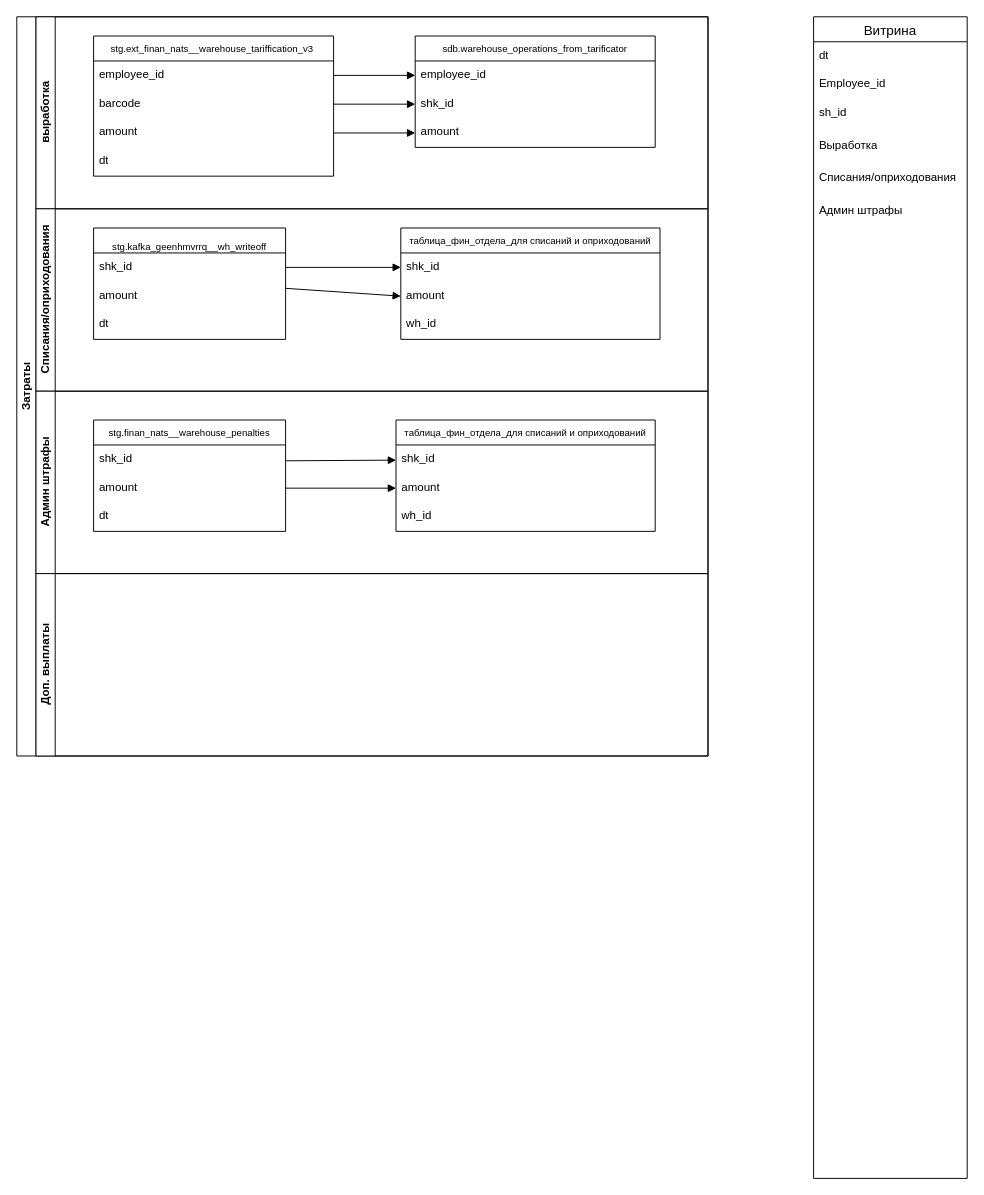
This is Потоки данных для витрины баланса.drawio from AntonKoltsov85/Schemes, a draw.io file, before an edit. Source tidied: cells renumbered, new cells numbered last; positions are measured from the earlier drawing's top-left corner, leaving out a move shared by most shapes. Both pictures are drawn from the tidied source at 96%, with x=0, y=0 at pixel (16, 16).
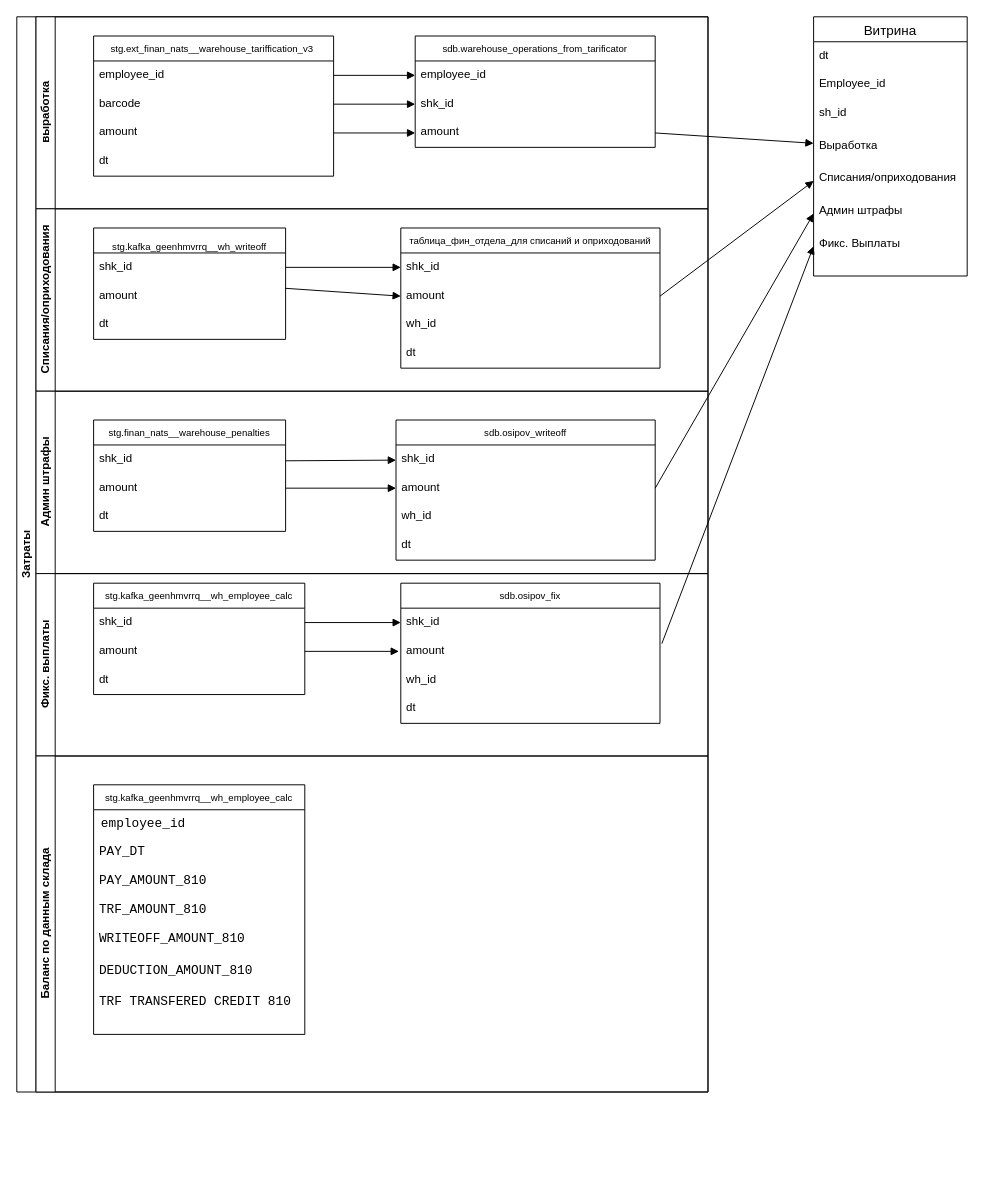
The same page after the edit.

The change refers to these unchanged cells:
```xml
<mxCell id="12" value="amount" style="text;strokeColor=none;fillColor=none;spacingLeft=4;spacingRight=4;overflow=hidden;points=[[0,0.5],[1,0.5]];portConstraint=eastwest;fontSize=12;whiteSpace=wrap;html=1;" parent="9" vertex="1">
  <mxGeometry y="86" width="250" height="30" as="geometry" />
</mxCell>
<mxCell id="16" value="Списания/оприходования" style="swimlane;html=1;startSize=20;horizontal=0;" parent="2" vertex="1">
  <mxGeometry x="20" y="200" width="700" height="190" as="geometry" />
</mxCell>
<mxCell id="23" value="amount" style="text;strokeColor=none;fillColor=none;spacingLeft=4;spacingRight=4;overflow=hidden;points=[[0,0.5],[1,0.5]];portConstraint=eastwest;fontSize=12;whiteSpace=wrap;html=1;" parent="21" vertex="1">
  <mxGeometry y="56" width="270" height="30" as="geometry" />
</mxCell>
<mxCell id="27" value="Админ штрафы" style="swimlane;html=1;startSize=20;horizontal=0;" parent="2" vertex="1">
  <mxGeometry x="20" y="390" width="700" height="190" as="geometry" />
</mxCell>
<mxCell id="34" value="amount" style="text;strokeColor=none;fillColor=none;spacingLeft=4;spacingRight=4;overflow=hidden;points=[[0,0.5],[1,0.5]];portConstraint=eastwest;fontSize=12;whiteSpace=wrap;html=1;" parent="32" vertex="1">
  <mxGeometry y="56" width="270" height="30" as="geometry" />
</mxCell>
<mxCell id="43" value="Выработка" style="text;strokeColor=none;fillColor=none;spacingLeft=4;spacingRight=4;overflow=hidden;points=[[0,0.5],[1,0.5]];portConstraint=eastwest;fontSize=12;whiteSpace=wrap;html=1;" parent="39" vertex="1">
  <mxGeometry y="120" width="160" height="34" as="geometry" />
</mxCell>
<mxCell id="44" value="Списания/оприходования" style="text;strokeColor=none;fillColor=none;spacingLeft=4;spacingRight=4;overflow=hidden;points=[[0,0.5],[1,0.5]];portConstraint=eastwest;fontSize=12;whiteSpace=wrap;html=1;" parent="39" vertex="1">
  <mxGeometry y="154" width="160" height="34" as="geometry" />
</mxCell>
<mxCell id="45" value="Админ штрафы" style="text;strokeColor=none;fillColor=none;spacingLeft=4;spacingRight=4;overflow=hidden;points=[[0,0.5],[1,0.5]];portConstraint=eastwest;fontSize=12;whiteSpace=wrap;html=1;" parent="39" vertex="1">
  <mxGeometry y="188" width="160" height="34" as="geometry" />
</mxCell>
```

Change to the diagram source:
```diff
@@
     <mxCell id="2" value="Затраты" style="swimlane;html=1;horizontal=0;startSize=20;whiteSpace=wrap;" parent="1" vertex="1">
-      <mxGeometry width="720" height="770" as="geometry" />
+      <mxGeometry width="720" height="1120" as="geometry" />
     </mxCell>
@@
     <mxCell id="21" value="таблица_фин_отдела_для списаний и оприходований" style="swimlane;fontStyle=0;horizontal=1;startSize=26;align=center;fontSize=10;" parent="16" vertex="1">
-      <mxGeometry x="380" y="20" width="270" height="116" as="geometry" />
+      <mxGeometry x="380" y="20" width="270" height="146" as="geometry" />
     </mxCell>
@@
+    <mxCell id="48" value="dt" style="text;strokeColor=none;fillColor=none;spacingLeft=4;spacingRight=4;overflow=hidden;fontSize=12;whiteSpace=wrap;html=1;" parent="21" vertex="1">
+      <mxGeometry y="116" width="270" height="30" as="geometry" />
+    </mxCell>
@@
-    <mxCell id="32" value="таблица_фин_отдела_для списаний и оприходований" style="swimlane;fontStyle=0;horizontal=1;startSize=26;align=center;fontSize=10;" parent="27" vertex="1">
-      <mxGeometry x="375" y="30" width="270" height="116" as="geometry" />
+    <mxCell id="32" value="sdb.osipov_writeoff" style="swimlane;fontStyle=0;horizontal=1;startSize=26;align=center;fontSize=10;" parent="27" vertex="1">
+      <mxGeometry x="375" y="30" width="270" height="146" as="geometry" />
     </mxCell>
@@
+    <mxCell id="49" value="dt" style="text;strokeColor=none;fillColor=none;spacingLeft=4;spacingRight=4;overflow=hidden;fontSize=12;whiteSpace=wrap;html=1;" parent="32" vertex="1">
+      <mxGeometry y="116" width="270" height="30" as="geometry" />
+    </mxCell>
@@
-    <mxCell id="38" value="Доп. выплаты" style="swimlane;html=1;startSize=20;horizontal=0;" parent="2" vertex="1">
+    <mxCell id="38" value="Фикс. выплаты" style="swimlane;html=1;startSize=20;horizontal=0;" parent="2" vertex="1">
       <mxGeometry x="20" y="580" width="700" height="190" as="geometry" />
     </mxCell>
+    <mxCell id="50" value="Баланс по данным склада" style="swimlane;html=1;startSize=20;horizontal=0;" parent="2" vertex="1">
+      <mxGeometry x="20" y="770" width="700" height="350" as="geometry" />
+    </mxCell>
     <mxCell id="39" value="Витрина" style="swimlane;fontStyle=0;horizontal=1;startSize=26;align=center;fontSize=14;" parent="1" vertex="1">
-      <mxGeometry x="830" width="160" height="1210" as="geometry" />
+      <mxGeometry x="830" width="160" height="270" as="geometry" />
     </mxCell>
@@
-    <mxCell id="46" style="text;strokeColor=none;fillColor=none;spacingLeft=4;spacingRight=4;overflow=hidden;fontSize=12;whiteSpace=wrap;html=1;" parent="39" vertex="1">
-      <mxGeometry y="222" width="160" height="494" as="geometry" />
-    </mxCell>
-    <mxCell id="47" style="text;strokeColor=none;fillColor=none;spacingLeft=4;spacingRight=4;overflow=hidden;fontSize=12;whiteSpace=wrap;html=1;" parent="39" vertex="1">
-      <mxGeometry y="716" width="160" height="494" as="geometry" />
-    </mxCell>
+    <mxCell id="51" value="Фикс. Выплаты" style="text;strokeColor=none;fillColor=none;spacingLeft=4;spacingRight=4;overflow=hidden;points=[[0,0.5],[1,0.5]];portConstraint=eastwest;fontSize=12;whiteSpace=wrap;html=1;" parent="39" vertex="1">
+      <mxGeometry y="222" width="160" height="34" as="geometry" />
+    </mxCell>
+    <mxCell id="52" style="text;strokeColor=none;fillColor=none;spacingLeft=4;spacingRight=4;overflow=hidden;fontSize=12;whiteSpace=wrap;html=1;" parent="39" vertex="1">
+      <mxGeometry y="256" width="160" height="14" as="geometry" />
+    </mxCell>
+    <mxCell id="53" value="stg.kafka_geenhmvrrq__wh_employee_calc" style="swimlane;fontStyle=0;horizontal=1;startSize=26;align=center;fontSize=10;" parent="1" vertex="1">
+      <mxGeometry x="80" y="590" width="220" height="116" as="geometry" />
+    </mxCell>
+    <mxCell id="54" value="shk_id" style="text;strokeColor=none;fillColor=none;spacingLeft=4;spacingRight=4;overflow=hidden;points=[[0,0.5],[1,0.5]];portConstraint=eastwest;fontSize=12;whiteSpace=wrap;html=1;" parent="53" vertex="1">
+      <mxGeometry y="26" width="220" height="30" as="geometry" />
+    </mxCell>
+    <mxCell id="55" value="amount" style="text;strokeColor=none;fillColor=none;spacingLeft=4;spacingRight=4;overflow=hidden;points=[[0,0.5],[1,0.5]];portConstraint=eastwest;fontSize=12;whiteSpace=wrap;html=1;" parent="53" vertex="1">
+      <mxGeometry y="56" width="220" height="30" as="geometry" />
+    </mxCell>
+    <mxCell id="56" value="dt" style="text;strokeColor=none;fillColor=none;spacingLeft=4;spacingRight=4;overflow=hidden;fontSize=12;whiteSpace=wrap;html=1;" parent="53" vertex="1">
+      <mxGeometry y="86" width="220" height="30" as="geometry" />
+    </mxCell>
+    <mxCell id="57" style="html=1;verticalAlign=bottom;endArrow=block;curved=0;rounded=0;exitX=1;exitY=0.5;exitDx=0;exitDy=0;" parent="1" edge="1" source="12" target="43">
+      <mxGeometry relative="1" as="geometry" />
+    </mxCell>
+    <mxCell id="58" style="html=1;verticalAlign=bottom;endArrow=block;curved=0;rounded=0;entryX=0;entryY=0.5;entryDx=0;entryDy=0;exitX=1;exitY=0.5;exitDx=0;exitDy=0;" parent="1" edge="1" source="23" target="44">
+      <mxGeometry relative="1" as="geometry" />
+    </mxCell>
+    <mxCell id="59" style="html=1;verticalAlign=bottom;endArrow=block;curved=0;rounded=0;entryX=0;entryY=0.5;entryDx=0;entryDy=0;exitX=1;exitY=0.5;exitDx=0;exitDy=0;" parent="1" edge="1" source="34" target="45">
+      <mxGeometry relative="1" as="geometry" />
+    </mxCell>
+    <mxCell id="60" value="sdb.osipov_fix" style="swimlane;fontStyle=0;horizontal=1;startSize=26;align=center;fontSize=10;" parent="1" vertex="1">
+      <mxGeometry x="400" y="590" width="270" height="146" as="geometry" />
+    </mxCell>
+    <mxCell id="61" value="shk_id" style="text;strokeColor=none;fillColor=none;spacingLeft=4;spacingRight=4;overflow=hidden;points=[[0,0.5],[1,0.5]];portConstraint=eastwest;fontSize=12;whiteSpace=wrap;html=1;" parent="60" vertex="1">
+      <mxGeometry y="26" width="270" height="30" as="geometry" />
+    </mxCell>
+    <mxCell id="62" value="amount" style="text;strokeColor=none;fillColor=none;spacingLeft=4;spacingRight=4;overflow=hidden;points=[[0,0.5],[1,0.5]];portConstraint=eastwest;fontSize=12;whiteSpace=wrap;html=1;" parent="60" vertex="1">
+      <mxGeometry y="56" width="270" height="30" as="geometry" />
+    </mxCell>
+    <mxCell id="63" value="wh_id" style="text;strokeColor=none;fillColor=none;spacingLeft=4;spacingRight=4;overflow=hidden;fontSize=12;whiteSpace=wrap;html=1;" parent="60" vertex="1">
+      <mxGeometry y="86" width="270" height="30" as="geometry" />
+    </mxCell>
+    <mxCell id="64" value="dt" style="text;strokeColor=none;fillColor=none;spacingLeft=4;spacingRight=4;overflow=hidden;fontSize=12;whiteSpace=wrap;html=1;" parent="60" vertex="1">
+      <mxGeometry y="116" width="270" height="30" as="geometry" />
+    </mxCell>
+    <mxCell id="65" style="html=1;verticalAlign=bottom;endArrow=block;curved=0;rounded=0;entryX=0;entryY=0.5;entryDx=0;entryDy=0;exitX=1.007;exitY=0.231;exitDx=0;exitDy=0;exitPerimeter=0;" parent="1" edge="1" source="62" target="51">
+      <mxGeometry relative="1" as="geometry" />
+    </mxCell>
+    <mxCell id="66" style="html=1;verticalAlign=bottom;endArrow=block;curved=0;rounded=0;entryX=0;entryY=0.5;entryDx=0;entryDy=0;" parent="1" edge="1" source="54" target="61">
+      <mxGeometry relative="1" as="geometry" />
+    </mxCell>
+    <mxCell id="67" style="html=1;verticalAlign=bottom;endArrow=block;curved=0;rounded=0;" parent="1" edge="1" source="55">
+      <mxGeometry relative="1" as="geometry">
+        <mxPoint x="398" y="661" as="targetPoint" />
+      </mxGeometry>
+    </mxCell>
+    <mxCell id="68" value="stg.kafka_geenhmvrrq__wh_employee_calc" style="swimlane;fontStyle=0;horizontal=1;startSize=26;align=center;fontSize=10;" parent="1" vertex="1">
+      <mxGeometry x="80" y="800" width="220" height="260" as="geometry" />
+    </mxCell>
+    <mxCell id="69" value="&lt;div style=&quot;background-color:#ffffff;padding:0px 0px 0px 2px;&quot;&gt;&lt;div style=&quot;font-family: Consolas; font-size: 10pt; white-space: pre;&quot;&gt;&lt;p style=&quot;margin:0;&quot;&gt;employee_id &lt;/p&gt;&lt;p style=&quot;margin:0;&quot;&gt;&lt;br&gt;&lt;/p&gt;&lt;/div&gt;&lt;/div&gt;" style="text;strokeColor=none;fillColor=none;spacingLeft=4;spacingRight=4;overflow=hidden;fontSize=12;whiteSpace=wrap;html=1;" parent="68" vertex="1">
+      <mxGeometry y="26" width="220" height="30" as="geometry" />
+    </mxCell>
+    <mxCell id="70" value="&lt;span style=&quot;font-family: Consolas; font-size: 13.3333px; white-space: pre; background-color: rgb(255, 255, 255);&quot;&gt;PAY_DT&lt;/span&gt;" style="text;strokeColor=none;fillColor=none;spacingLeft=4;spacingRight=4;overflow=hidden;fontSize=12;whiteSpace=wrap;html=1;" parent="68" vertex="1">
+      <mxGeometry y="56" width="220" height="30" as="geometry" />
+    </mxCell>
+    <mxCell id="71" value="&lt;span style=&quot;font-family: Consolas; font-size: 13.3333px; white-space: pre; background-color: rgb(255, 255, 255);&quot;&gt;PAY_AMOUNT_810&lt;/span&gt;" style="text;strokeColor=none;fillColor=none;spacingLeft=4;spacingRight=4;overflow=hidden;fontSize=12;whiteSpace=wrap;html=1;" parent="68" vertex="1">
+      <mxGeometry y="86" width="220" height="30" as="geometry" />
+    </mxCell>
+    <mxCell id="72" value="&lt;span style=&quot;font-family: Consolas; font-size: 13.3333px; white-space: pre; background-color: rgb(255, 255, 255);&quot;&gt;TRF_AMOUNT_810&lt;/span&gt;" style="text;strokeColor=none;fillColor=none;spacingLeft=4;spacingRight=4;overflow=hidden;fontSize=12;whiteSpace=wrap;html=1;" parent="68" vertex="1">
+      <mxGeometry y="116" width="220" height="30" as="geometry" />
+    </mxCell>
+    <mxCell id="73" value="&lt;span style=&quot;color: rgb(0, 0, 0); font-family: Consolas; font-size: 13.3333px; font-style: normal; font-variant-ligatures: normal; font-variant-caps: normal; font-weight: 400; letter-spacing: normal; orphans: 2; text-align: left; text-indent: 0px; text-transform: none; widows: 2; word-spacing: 0px; -webkit-text-stroke-width: 0px; white-space: pre; background-color: rgb(255, 255, 255); text-decoration-thickness: initial; text-decoration-style: initial; text-decoration-color: initial; display: inline !important; float: none;&quot;&gt;WRITEOFF_AMOUNT_810&lt;/span&gt;" style="text;strokeColor=none;fillColor=none;spacingLeft=4;spacingRight=4;overflow=hidden;fontSize=12;whiteSpace=wrap;html=1;" parent="68" vertex="1">
+      <mxGeometry y="146" width="220" height="34" as="geometry" />
+    </mxCell>
+    <mxCell id="74" value="&lt;span style=&quot;font-family: Consolas; font-size: 13.3333px; white-space: pre; background-color: rgb(255, 255, 255);&quot;&gt;DEDUCTION_AMOUNT_810&lt;/span&gt;" style="text;strokeColor=none;fillColor=none;spacingLeft=4;spacingRight=4;overflow=hidden;fontSize=12;whiteSpace=wrap;html=1;" parent="68" vertex="1">
+      <mxGeometry y="180" width="220" height="32" as="geometry" />
+    </mxCell>
+    <mxCell id="75" value="&lt;span style=&quot;font-family: Consolas; font-size: 13.3333px; white-space: pre; background-color: rgb(255, 255, 255);&quot;&gt;TRF_TRANSFERED_CREDIT_810&lt;/span&gt;" style="text;strokeColor=none;fillColor=none;spacingLeft=4;spacingRight=4;overflow=hidden;fontSize=12;whiteSpace=wrap;html=1;" parent="68" vertex="1">
+      <mxGeometry y="212" width="220" height="16" as="geometry" />
+    </mxCell>
+    <mxCell id="76" style="text;strokeColor=none;fillColor=none;spacingLeft=4;spacingRight=4;overflow=hidden;fontSize=12;whiteSpace=wrap;html=1;" parent="68" vertex="1">
+      <mxGeometry y="228" width="220" height="16" as="geometry" />
+    </mxCell>
+    <mxCell id="77" style="text;strokeColor=none;fillColor=none;spacingLeft=4;spacingRight=4;overflow=hidden;fontSize=12;whiteSpace=wrap;html=1;" parent="68" vertex="1">
+      <mxGeometry y="244" width="220" height="16" as="geometry" />
+    </mxCell>
```
